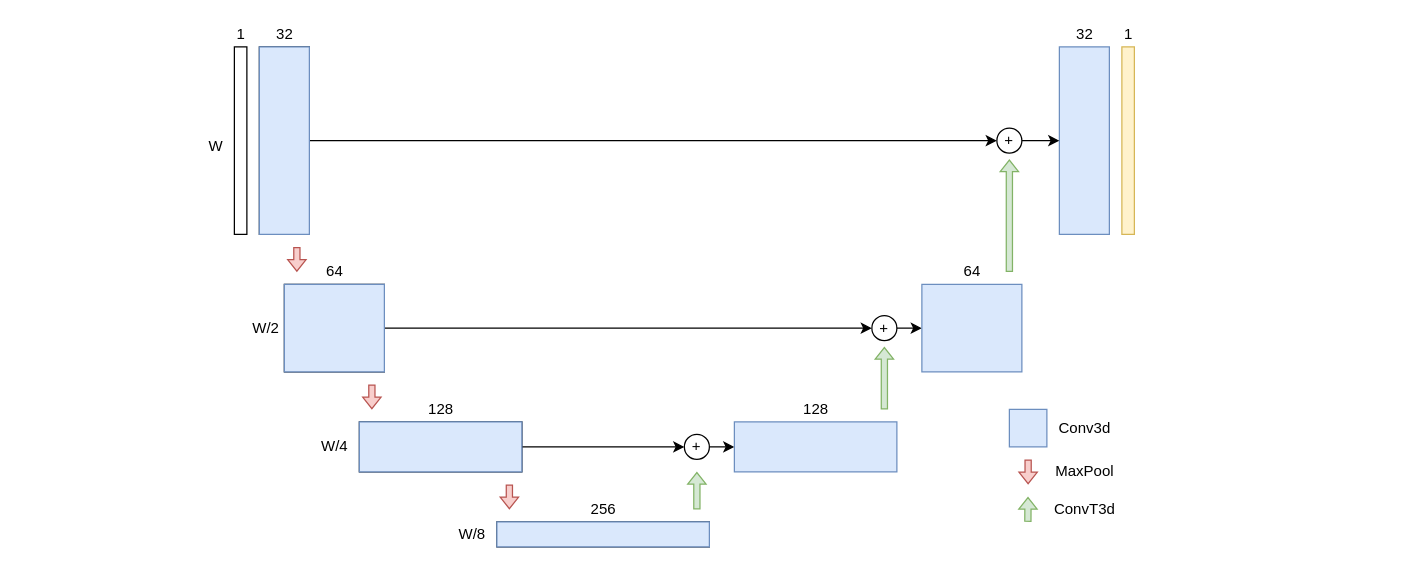
This is CLUnet.drawio from marioviti/Graphs, a draw.io file, before an edit. Source tidied: cells renumbered, new cells numbered last; positions are measured from the earlier drawing's top-left corner, leaving out a move shared by most shapes. Both pictures are drawn from the tidied source at 125%, with x=0, y=0 at pixel (196, 21). Pictures stored in the file or linked from it are replaced by grey dashed boxes.
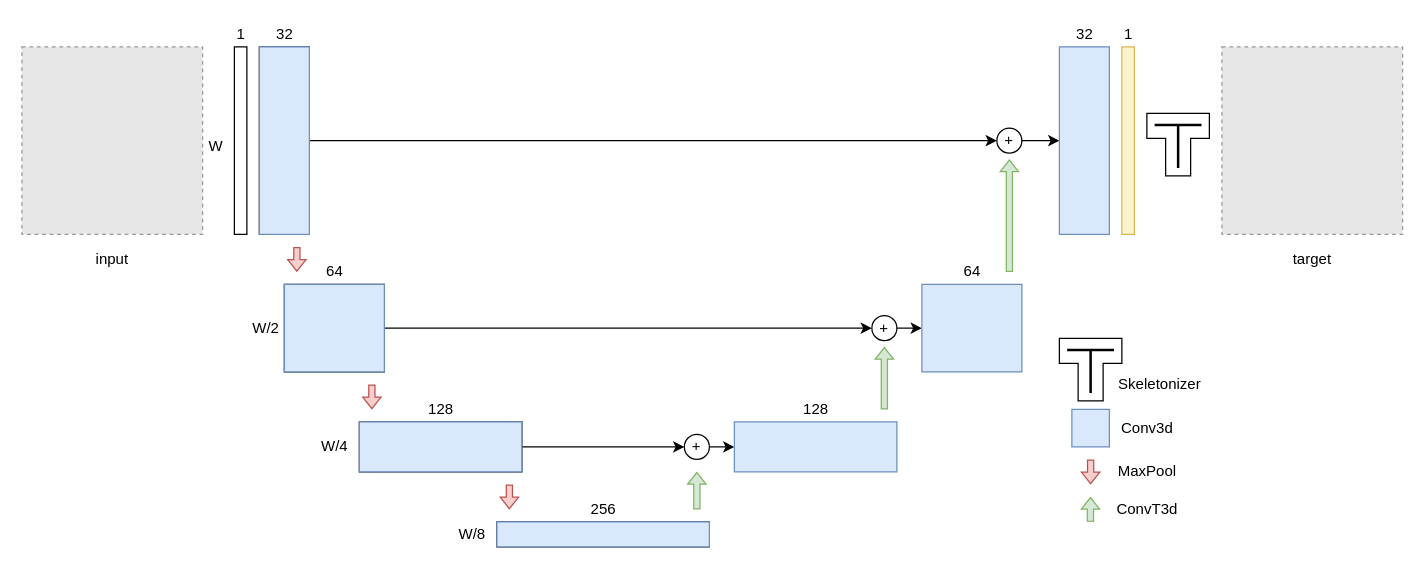
Above is the later version.

What changed in the source:
```diff
@@
+    <mxCell id="49" style="fillColor=#E6E6E6;strokeColor=#999999;dashed=1;verticalLabelPosition=bottom;labelBackgroundColor=#ffffff;verticalAlign=top;" parent="1" vertex="1">
+      <mxGeometry x="-140" y="20" width="144.6" height="150" as="geometry" />
+    </mxCell>
+    <mxCell id="50" style="fillColor=#E6E6E6;strokeColor=#999999;dashed=1;verticalLabelPosition=bottom;labelBackgroundColor=#ffffff;verticalAlign=top;" parent="1" vertex="1">
+      <mxGeometry x="820" y="20" width="144.6" height="150" as="geometry" />
+    </mxCell>
+    <mxCell id="51" value="input" style="text;html=1;align=center;verticalAlign=middle;strokeColor=none;fillColor=none;" parent="1" vertex="1">
+      <mxGeometry x="-87.7" y="180" width="40" height="20" as="geometry" />
+    </mxCell>
+    <mxCell id="52" value="target" style="text;html=1;align=center;verticalAlign=middle;strokeColor=none;fillColor=none;" parent="1" vertex="1">
+      <mxGeometry x="867.3" y="180" width="50" height="20" as="geometry" />
+    </mxCell>
+    <mxCell id="53" style="group;" parent="1" vertex="1">
+      <mxGeometry x="760" y="70" width="50" height="53.1" as="geometry" />
+    </mxCell>
+    <mxCell id="54" style="shape=tee;whiteSpace=wrap;html=1;" parent="53" vertex="1">
+      <mxGeometry y="3.1" width="50" height="50" as="geometry" />
+    </mxCell>
+    <mxCell id="55" style="line;strokeWidth=2;html=1;rotation=-180;" parent="53" vertex="1">
+      <mxGeometry x="6.2" y="3.1" width="37.5" height="18.8" as="geometry" />
+    </mxCell>
+    <mxCell id="56" style="line;strokeWidth=2;html=1;rotation=90;" parent="53" vertex="1">
+      <mxGeometry x="8.1" y="20.6" width="33.8" height="18.8" as="geometry" />
+    </mxCell>
+    <mxCell id="57" style="group;" parent="1" vertex="1">
+      <mxGeometry x="690" y="250" width="120" height="150" as="geometry" />
+    </mxCell>
-    <mxCell id="43" style="rounded=0;whiteSpace=wrap;html=1;fillColor=#dae8fc;strokeColor=#6c8ebf;" parent="1" vertex="1">
-      <mxGeometry x="650" y="310" width="30" height="30" as="geometry" />
+    <mxCell id="43" style="rounded=0;whiteSpace=wrap;html=1;fillColor=#dae8fc;strokeColor=#6c8ebf;" parent="57" vertex="1">
+      <mxGeometry x="10" y="60" width="30" height="30" as="geometry" />
     </mxCell>
-    <mxCell id="44" style="shape=flexArrow;endArrow=classic;html=1;rounded=0;endWidth=8.724832214765101;endSize=2.781208053691275;width=4.966442953020134;fillColor=#f8cecc;strokeColor=#b85450;" parent="1" edge="1">
+    <mxCell id="44" style="shape=flexArrow;endArrow=classic;html=1;rounded=0;endWidth=8.724832214765101;endSize=2.781208053691275;width=4.966442953020134;fillColor=#f8cecc;strokeColor=#b85450;" parent="57" edge="1">
       <mxGeometry relative="1" as="geometry">
-        <mxPoint x="665" y="350" as="sourcePoint" />
-        <mxPoint x="665" y="370" as="targetPoint" />
+        <mxPoint x="25" y="100" as="sourcePoint" />
+        <mxPoint x="25" y="120" as="targetPoint" />
       </mxGeometry>
     </mxCell>
-    <mxCell id="45" style="shape=flexArrow;endArrow=classic;html=1;rounded=0;endWidth=8.724832214765101;endSize=2.781208053691275;width=4.966442953020134;fillColor=#d5e8d4;strokeColor=#82b366;" parent="1" edge="1">
+    <mxCell id="45" style="shape=flexArrow;endArrow=classic;html=1;rounded=0;endWidth=8.724832214765101;endSize=2.781208053691275;width=4.966442953020134;fillColor=#d5e8d4;strokeColor=#82b366;" parent="57" edge="1">
       <mxGeometry relative="1" as="geometry">
-        <mxPoint x="664.8" y="400" as="sourcePoint" />
-        <mxPoint x="664.9" y="380" as="targetPoint" />
+        <mxPoint x="24.8" y="150" as="sourcePoint" />
+        <mxPoint x="24.9" y="130" as="targetPoint" />
       </mxGeometry>
     </mxCell>
-    <mxCell id="46" value="Conv3d" style="text;html=1;align=center;verticalAlign=middle;strokeColor=none;fillColor=none;" parent="1" vertex="1">
-      <mxGeometry x="680" y="315" width="60" height="20" as="geometry" />
+    <mxCell id="46" value="Conv3d" style="text;html=1;align=center;verticalAlign=middle;strokeColor=none;fillColor=none;" parent="57" vertex="1">
+      <mxGeometry x="40" y="65" width="60" height="20" as="geometry" />
     </mxCell>
-    <mxCell id="47" value="MaxPool" style="text;html=1;align=center;verticalAlign=middle;strokeColor=none;fillColor=none;" parent="1" vertex="1">
-      <mxGeometry x="680" y="350" width="60" height="20" as="geometry" />
+    <mxCell id="47" value="MaxPool" style="text;html=1;align=center;verticalAlign=middle;strokeColor=none;fillColor=none;" parent="57" vertex="1">
+      <mxGeometry x="40" y="100" width="60" height="20" as="geometry" />
     </mxCell>
-    <mxCell id="48" value="ConvT3d" style="text;html=1;align=center;verticalAlign=middle;strokeColor=none;fillColor=none;" parent="1" vertex="1">
-      <mxGeometry x="680" y="380" width="60" height="20" as="geometry" />
+    <mxCell id="48" value="ConvT3d" style="text;html=1;align=center;verticalAlign=middle;strokeColor=none;fillColor=none;" parent="57" vertex="1">
+      <mxGeometry x="40" y="130" width="60" height="20" as="geometry" />
     </mxCell>
+    <mxCell id="58" style="group;" parent="57" vertex="1">
+      <mxGeometry width="50" height="53.1" as="geometry" />
+    </mxCell>
+    <mxCell id="59" style="group;" parent="58" vertex="1">
+      <mxGeometry y="3.1" width="50" height="50" as="geometry" />
+    </mxCell>
+    <mxCell id="60" style="shape=tee;whiteSpace=wrap;html=1;" parent="59" vertex="1">
+      <mxGeometry width="50" height="50" as="geometry" />
+    </mxCell>
+    <mxCell id="61" style="line;strokeWidth=2;html=1;rotation=-180;" parent="59" vertex="1">
+      <mxGeometry x="6.2" width="37.5" height="18.8" as="geometry" />
+    </mxCell>
+    <mxCell id="62" style="line;strokeWidth=2;html=1;rotation=90;" parent="59" vertex="1">
+      <mxGeometry x="8.1" y="17.5" width="33.8" height="18.8" as="geometry" />
+    </mxCell>
+    <mxCell id="63" value="Skeletonizer" style="text;html=1;align=center;verticalAlign=middle;strokeColor=none;fillColor=none;" parent="57" vertex="1">
+      <mxGeometry x="40" y="30" width="80" height="20" as="geometry" />
+    </mxCell>
```
